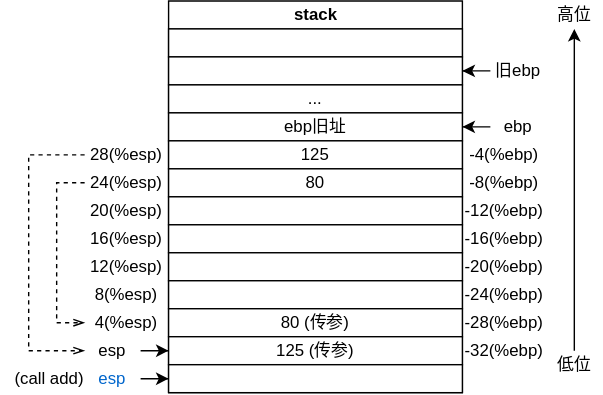
Earlier version of the draw.io export drawio/x86callFunc.drawio.svg (Stolorzs/Picgo). Source tidied: cells renumbered, new cells last; positions are measured from the earlier drawing's top-left corner, leaving out a move shared by most shapes.
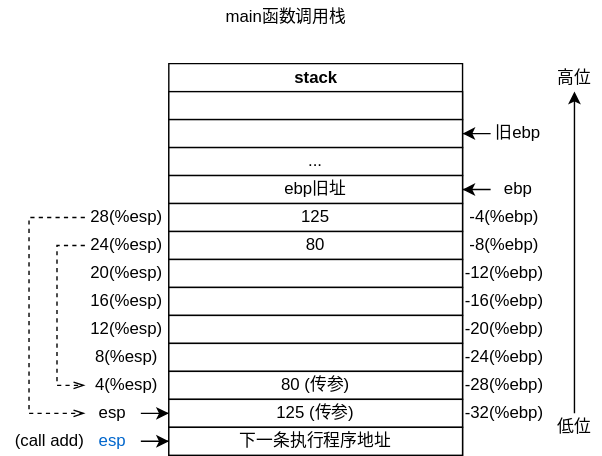
Later version of the same file.

What changed in the source:
```diff
@@ -41,7 +41,7 @@
     <mxCell id="14" value="125 (传参)" style="rounded=0;whiteSpace=wrap;html=1;" parent="2" vertex="1">
       <mxGeometry y="240" width="210" height="20" as="geometry" />
     </mxCell>
-    <mxCell id="15" style="rounded=0;whiteSpace=wrap;html=1;" parent="2" vertex="1">
+    <mxCell id="15" value="下一条执行程序地址" style="rounded=0;whiteSpace=wrap;html=1;" parent="2" vertex="1">
       <mxGeometry y="260" width="210" height="20" as="geometry" />
     </mxCell>
     <mxCell id="16" style="edgeStyle=orthogonalEdgeStyle;rounded=0;jettySize=auto;html=1;" parent="1" edge="1" source="17" target="14">
@@ -147,5 +147,8 @@
     <mxCell id="45" value="(call add)" style="text;html=1;align=center;verticalAlign=middle;whiteSpace=wrap;rounded=0;" parent="1" vertex="1">
       <mxGeometry y="260" width="70" height="20" as="geometry" />
     </mxCell>
+    <mxCell id="46" value="main函数调用栈" style="text;html=1;align=center;verticalAlign=middle;whiteSpace=wrap;rounded=0;" parent="1" vertex="1">
+      <mxGeometry x="149" y="-45" width="110" height="24" as="geometry" />
+    </mxCell>
   </root>
 </mxGraphModel>
```
